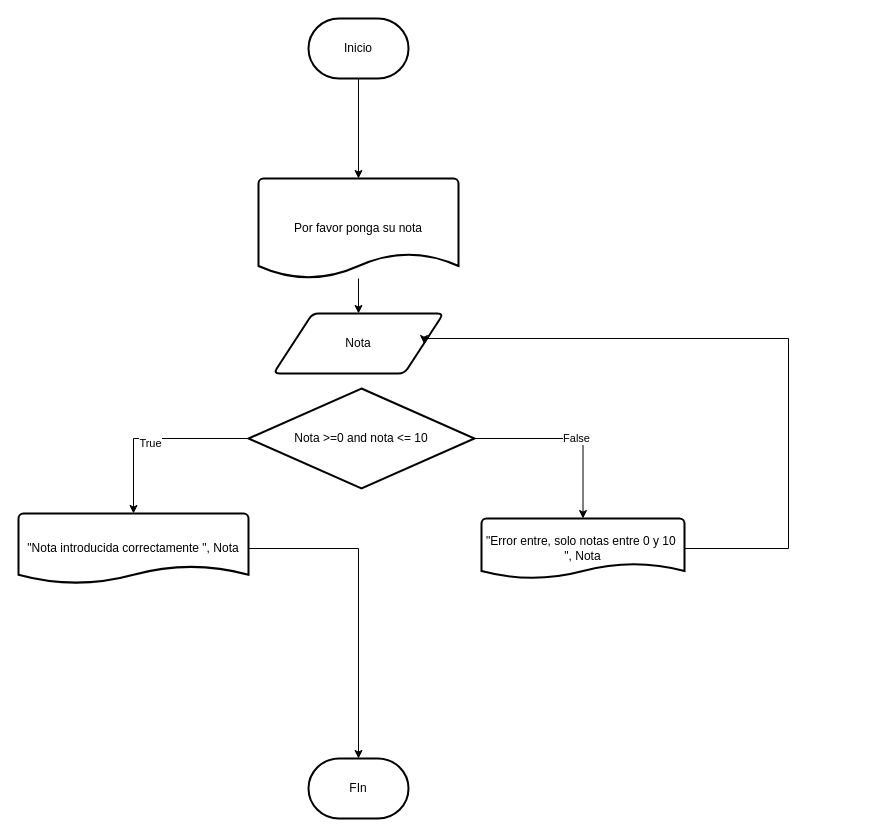
Above: Bucle infinito.drawio in TheJorgius/Draw.io-Apuntes-DAM1 (draw.io), before the change. Source tidied: cells renumbered, new cells numbered last; positions are measured from the earlier drawing's top-left corner, leaving out a move shared by most shapes. Both pictures are drawn from the tidied source at 100%, with x=0, y=0 at pixel (18, 18).
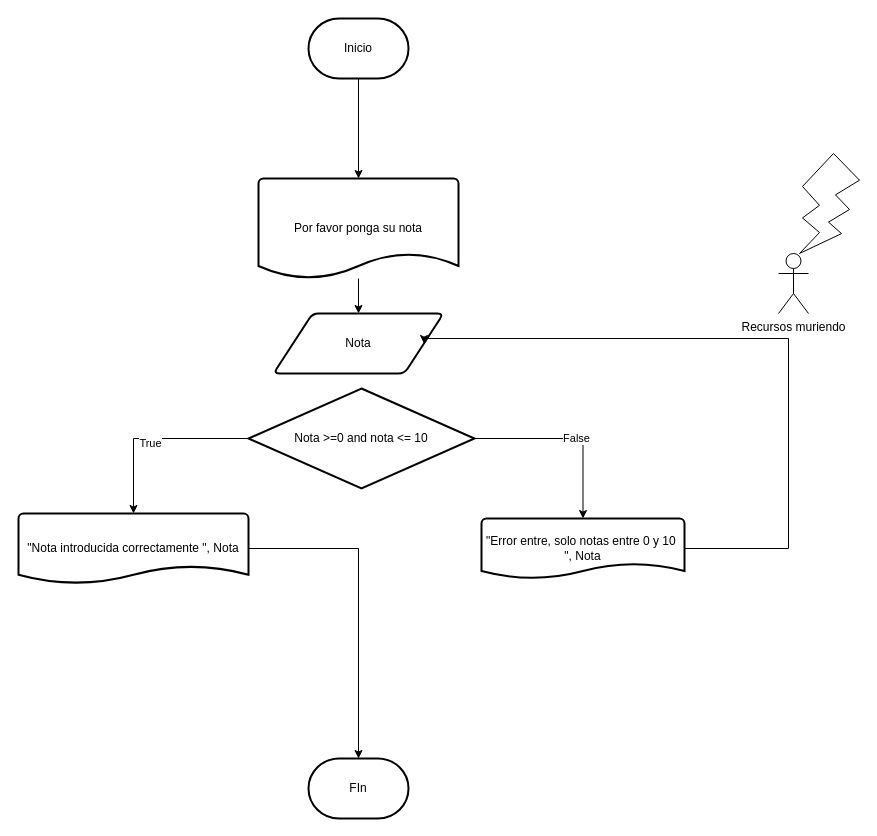
Above is the later version.

What changed in the source:
```diff
@@
+    <mxCell id="17" value="Recursos muriendo" style="shape=umlActor;verticalLabelPosition=bottom;verticalAlign=top;html=1;" parent="1" vertex="1">
+      <mxGeometry x="760" y="235" width="30" height="60" as="geometry" />
+    </mxCell>
+    <mxCell id="18" style="verticalLabelPosition=bottom;verticalAlign=top;html=1;shape=mxgraph.basic.flash;" parent="1" vertex="1">
+      <mxGeometry x="781" y="135" width="60" height="100" as="geometry" />
+    </mxCell>
```
